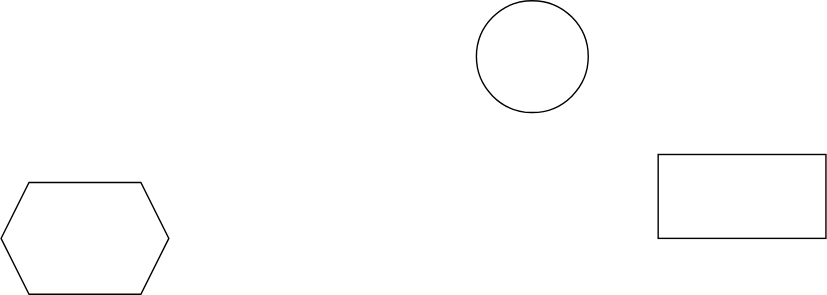
Before: aaル.drawio.svg, a diagram exported from draw.io (wasabeef/art). Source tidied: cells renumbered, new cells last; positions are measured from the earlier drawing's top-left corner, leaving out a move shared by most shapes.
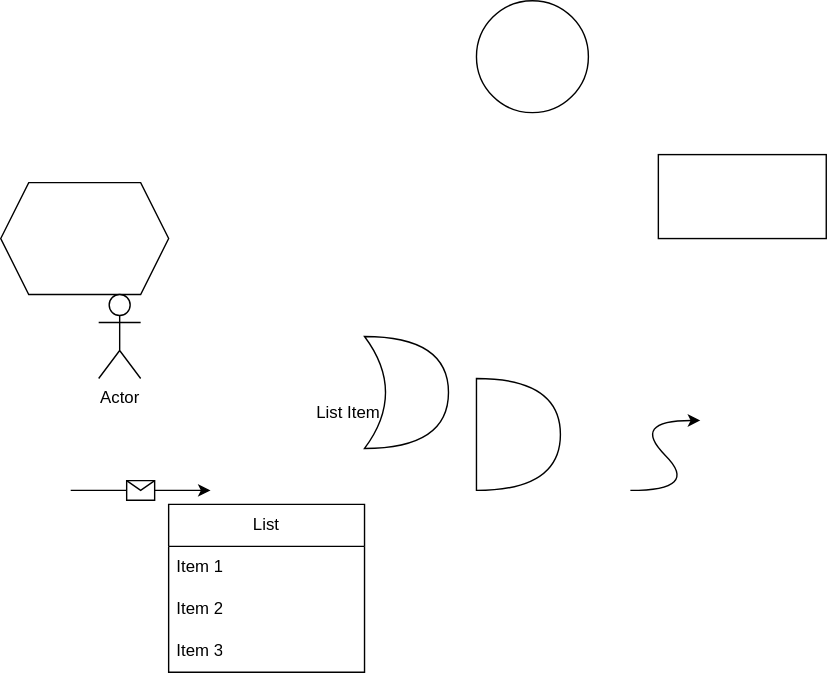
After the change.

Commit message:
aaル.drawio.svg を更新します

What changed in the source:
```diff
@@ -11,5 +11,50 @@
     <mxCell id="4" style="ellipse;whiteSpace=wrap;html=1;" parent="1" vertex="1">
       <mxGeometry x="340" width="80" height="80" as="geometry" />
     </mxCell>
+    <mxCell id="5" style="curved=1;endArrow=classic;html=1;rounded=0;" parent="1" edge="1">
+      <mxGeometry relative="1" as="geometry">
+        <mxPoint x="450" y="350" as="sourcePoint" />
+        <mxPoint x="500" y="300" as="targetPoint" />
+        <Array as="points">
+          <mxPoint x="500" y="350" />
+          <mxPoint x="450" y="300" />
+        </Array>
+      </mxGeometry>
+    </mxCell>
+    <mxCell id="6" value="List Item" style="text;strokeColor=none;fillColor=none;align=left;verticalAlign=middle;spacingLeft=4;spacingRight=4;overflow=hidden;whiteSpace=wrap;html=1;" parent="1" vertex="1">
+      <mxGeometry x="220" y="280" width="80" height="30" as="geometry" />
+    </mxCell>
+    <mxCell id="7" style="shape=or;whiteSpace=wrap;html=1;" parent="1" vertex="1">
+      <mxGeometry x="340" y="270" width="60" height="80" as="geometry" />
+    </mxCell>
+    <mxCell id="8" value="List" style="swimlane;fontStyle=0;horizontal=1;startSize=30;whiteSpace=wrap;html=1;" parent="1" vertex="1">
+      <mxGeometry x="120" y="360" width="140" height="120" as="geometry" />
+    </mxCell>
+    <mxCell id="9" value="Item 1" style="text;strokeColor=none;fillColor=none;align=left;verticalAlign=middle;spacingLeft=4;spacingRight=4;overflow=hidden;whiteSpace=wrap;html=1;" parent="8" vertex="1">
+      <mxGeometry y="30" width="140" height="30" as="geometry" />
+    </mxCell>
+    <mxCell id="10" value="Item 2" style="text;strokeColor=none;fillColor=none;align=left;verticalAlign=middle;spacingLeft=4;spacingRight=4;overflow=hidden;whiteSpace=wrap;html=1;" parent="8" vertex="1">
+      <mxGeometry y="60" width="140" height="30" as="geometry" />
+    </mxCell>
+    <mxCell id="11" value="Item 3" style="text;strokeColor=none;fillColor=none;align=left;verticalAlign=middle;spacingLeft=4;spacingRight=4;overflow=hidden;whiteSpace=wrap;html=1;" parent="8" vertex="1">
+      <mxGeometry y="90" width="140" height="30" as="geometry" />
+    </mxCell>
+    <mxCell id="12" style="endArrow=classic;html=1;rounded=0;" parent="1" edge="1">
+      <mxGeometry relative="1" as="geometry">
+        <mxPoint x="50" y="350" as="sourcePoint" />
+        <mxPoint x="150" y="350" as="targetPoint" />
+      </mxGeometry>
+    </mxCell>
+    <mxCell id="13" style="shape=message;html=1;" parent="12" vertex="1">
+      <mxGeometry width="20" height="14" relative="1" as="geometry">
+        <mxPoint x="-10" y="-7" as="offset" />
+      </mxGeometry>
+    </mxCell>
+    <mxCell id="14" style="shape=xor;whiteSpace=wrap;html=1;" parent="1" vertex="1">
+      <mxGeometry x="260" y="240" width="60" height="80" as="geometry" />
+    </mxCell>
+    <mxCell id="15" value="Actor" style="shape=umlActor;verticalLabelPosition=bottom;verticalAlign=top;html=1;" parent="1" vertex="1">
+      <mxGeometry x="70" y="210" width="30" height="60" as="geometry" />
+    </mxCell>
   </root>
 </mxGraphModel>
```
